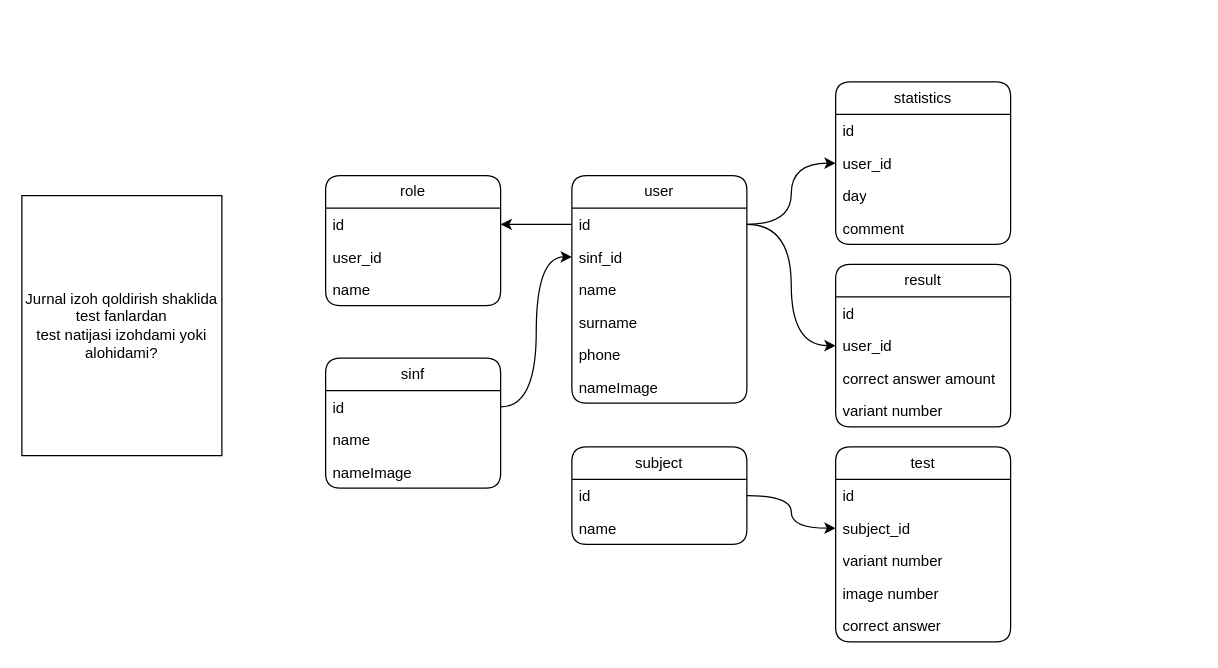
Earlier version of the draw.io diagram Ixlos.drawio (MardonAslonov/DrawIo). Source tidied: cells renumbered, new cells numbered last; positions are measured from the earlier drawing's top-left corner, leaving out a move shared by most shapes. Both pictures are drawn from the tidied source at 125%, with x=0, y=0 at pixel (21, 81).
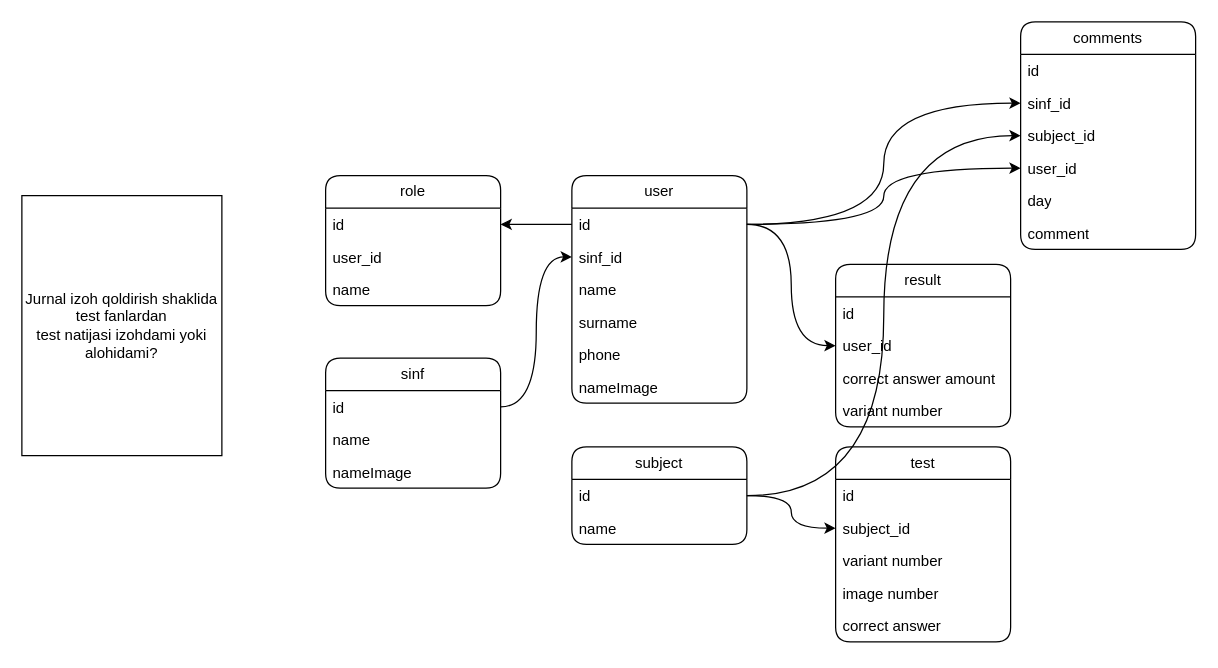
After the change.

The change refers to these unchanged cells:
```xml
<mxCell id="3" value="id" style="text;strokeColor=none;fillColor=none;align=left;verticalAlign=top;spacingLeft=4;spacingRight=4;overflow=hidden;points=[[0,0.5],[1,0.5]];portConstraint=eastwest;whiteSpace=wrap;html=1;" parent="2" vertex="1">
  <mxGeometry y="26" width="140" height="26" as="geometry" />
</mxCell>
<mxCell id="18" value="id" style="text;strokeColor=none;fillColor=none;align=left;verticalAlign=top;spacingLeft=4;spacingRight=4;overflow=hidden;points=[[0,0.5],[1,0.5]];portConstraint=eastwest;whiteSpace=wrap;html=1;" parent="17" vertex="1">
  <mxGeometry y="26" width="140" height="26" as="geometry" />
</mxCell>
```

What changed in the source:
```diff
@@
-    <mxCell id="10" value="statistics" style="swimlane;fontStyle=0;horizontal=1;startSize=26;fillColor=none;whiteSpace=wrap;html=1;rounded=1;" parent="1" vertex="1">
-      <mxGeometry x="651" width="140" height="130" as="geometry" />
+    <mxCell id="10" value="comments" style="swimlane;fontStyle=0;horizontal=1;startSize=26;fillColor=none;whiteSpace=wrap;html=1;rounded=1;" parent="1" vertex="1">
+      <mxGeometry x="799" y="-48" width="140" height="182" as="geometry" />
     </mxCell>
@@
-    <mxCell id="12" value="user_id" style="text;strokeColor=none;fillColor=none;align=left;verticalAlign=top;spacingLeft=4;spacingRight=4;overflow=hidden;points=[[0,0.5],[1,0.5]];portConstraint=eastwest;whiteSpace=wrap;html=1;" parent="10" vertex="1">
+    <mxCell id="12" value="sinf_id" style="text;strokeColor=none;fillColor=none;align=left;verticalAlign=top;spacingLeft=4;spacingRight=4;overflow=hidden;points=[[0,0.5],[1,0.5]];portConstraint=eastwest;whiteSpace=wrap;html=1;" parent="10" vertex="1">
       <mxGeometry y="52" width="140" height="26" as="geometry" />
     </mxCell>
+    <mxCell id="42" value="subject_id" style="text;strokeColor=none;fillColor=none;align=left;verticalAlign=top;spacingLeft=4;spacingRight=4;overflow=hidden;points=[[0,0.5],[1,0.5]];portConstraint=eastwest;whiteSpace=wrap;html=1;" parent="10" vertex="1">
+      <mxGeometry y="78" width="140" height="26" as="geometry" />
+    </mxCell>
+    <mxCell id="43" value="user_id" style="text;strokeColor=none;fillColor=none;align=left;verticalAlign=top;spacingLeft=4;spacingRight=4;overflow=hidden;points=[[0,0.5],[1,0.5]];portConstraint=eastwest;whiteSpace=wrap;html=1;" parent="10" vertex="1">
+      <mxGeometry y="104" width="140" height="26" as="geometry" />
+    </mxCell>
     <mxCell id="13" value="day" style="text;strokeColor=none;fillColor=none;align=left;verticalAlign=top;spacingLeft=4;spacingRight=4;overflow=hidden;whiteSpace=wrap;html=1;" parent="10" vertex="1">
-      <mxGeometry y="78" width="140" height="26" as="geometry" />
+      <mxGeometry y="130" width="140" height="26" as="geometry" />
     </mxCell>
     <mxCell id="14" value="comment" style="text;strokeColor=none;fillColor=none;align=left;verticalAlign=top;spacingLeft=4;spacingRight=4;overflow=hidden;whiteSpace=wrap;html=1;" parent="10" vertex="1">
-      <mxGeometry y="104" width="140" height="26" as="geometry" />
+      <mxGeometry y="156" width="140" height="26" as="geometry" />
     </mxCell>
@@
+    <mxCell id="44" style="edgeStyle=orthogonalEdgeStyle;rounded=0;jettySize=auto;html=1;entryX=0;entryY=0.5;entryDx=0;entryDy=0;curved=1;" parent="1" edge="1" source="18" target="42">
+      <mxGeometry relative="1" as="geometry" />
+    </mxCell>
+    <mxCell id="45" style="edgeStyle=orthogonalEdgeStyle;rounded=0;jettySize=auto;html=1;entryX=0;entryY=0.5;entryDx=0;entryDy=0;curved=1;" parent="1" edge="1" source="3" target="43">
+      <mxGeometry relative="1" as="geometry" />
+    </mxCell>
```
